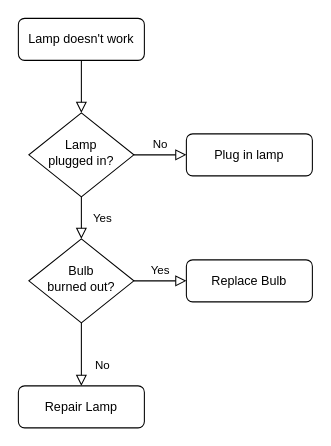
Before: Untitled Diagram.drawio in 111ZhuXueke/Hello-English, a draw.io diagram. Source tidied: cells renumbered, new cells numbered last; positions are measured from the earlier drawing's top-left corner, leaving out a move shared by most shapes. Both pictures are drawn from the tidied source at 105%, with x=0, y=0 at pixel (18, 18).
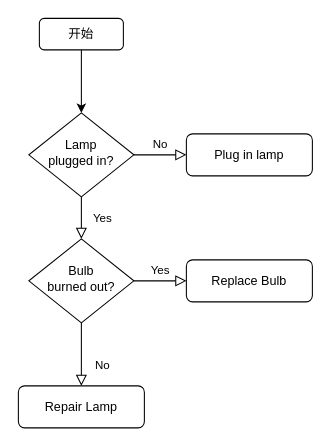
The same diagram, later.

Change to the diagram source:
```diff
@@
 <mxGraphModel>
   <root>
     <mxCell id="0" />
     <mxCell id="1" parent="0" />
-    <mxCell id="2" style="rounded=0;html=1;jettySize=auto;fontSize=11;endArrow=block;endFill=0;endSize=8;strokeWidth=1;shadow=0;labelBackgroundColor=none;edgeStyle=orthogonalEdgeStyle;" parent="1" edge="1" source="3" target="6">
-      <mxGeometry relative="1" as="geometry" />
-    </mxCell>
-    <mxCell id="3" value="Lamp doesn't work" style="rounded=1;whiteSpace=wrap;html=1;fontSize=12;glass=0;strokeWidth=1;shadow=0;" parent="1" vertex="1">
-      <mxGeometry width="120" height="40" as="geometry" />
-    </mxCell>
     <mxCell id="4" value="Yes" style="rounded=0;html=1;jettySize=auto;fontSize=11;endArrow=block;endFill=0;endSize=8;strokeWidth=1;shadow=0;labelBackgroundColor=none;edgeStyle=orthogonalEdgeStyle;" parent="1" edge="1" source="6" target="10">
       <mxGeometry y="20" relative="1" as="geometry" />
     </mxCell>
     <mxCell id="5" value="No" style="edgeStyle=orthogonalEdgeStyle;rounded=0;html=1;jettySize=auto;fontSize=11;endArrow=block;endFill=0;endSize=8;strokeWidth=1;shadow=0;labelBackgroundColor=none;" parent="1" edge="1" source="6" target="7">
       <mxGeometry y="10" relative="1" as="geometry" />
     </mxCell>
     <mxCell id="6" value="Lamp&lt;br&gt;plugged in?" style="rhombus;whiteSpace=wrap;html=1;shadow=0;fontFamily=Helvetica;fontSize=12;align=center;strokeWidth=1;spacing=6;spacingTop=-4;" parent="1" vertex="1">
       <mxGeometry x="10" y="90" width="100" height="80" as="geometry" />
     </mxCell>
     <mxCell id="7" value="Plug in lamp" style="rounded=1;whiteSpace=wrap;html=1;fontSize=12;glass=0;strokeWidth=1;shadow=0;" parent="1" vertex="1">
       <mxGeometry x="160" y="110" width="120" height="40" as="geometry" />
     </mxCell>
     <mxCell id="8" value="No" style="rounded=0;html=1;jettySize=auto;fontSize=11;endArrow=block;endFill=0;endSize=8;strokeWidth=1;shadow=0;labelBackgroundColor=none;edgeStyle=orthogonalEdgeStyle;" parent="1" edge="1" source="10" target="11">
       <mxGeometry x="0.33" y="20" relative="1" as="geometry" />
     </mxCell>
     <mxCell id="9" value="Yes" style="edgeStyle=orthogonalEdgeStyle;rounded=0;html=1;jettySize=auto;fontSize=11;endArrow=block;endFill=0;endSize=8;strokeWidth=1;shadow=0;labelBackgroundColor=none;" parent="1" edge="1" source="10" target="12">
       <mxGeometry y="10" relative="1" as="geometry" />
     </mxCell>
     <mxCell id="10" value="Bulb&lt;br&gt;burned out?" style="rhombus;whiteSpace=wrap;html=1;shadow=0;fontFamily=Helvetica;fontSize=12;align=center;strokeWidth=1;spacing=6;spacingTop=-4;" parent="1" vertex="1">
       <mxGeometry x="10" y="210" width="100" height="80" as="geometry" />
     </mxCell>
     <mxCell id="11" value="Repair Lamp" style="rounded=1;whiteSpace=wrap;html=1;fontSize=12;glass=0;strokeWidth=1;shadow=0;" parent="1" vertex="1">
       <mxGeometry y="350" width="120" height="40" as="geometry" />
     </mxCell>
     <mxCell id="12" value="Replace Bulb" style="rounded=1;whiteSpace=wrap;html=1;fontSize=12;glass=0;strokeWidth=1;shadow=0;" parent="1" vertex="1">
       <mxGeometry x="160" y="230" width="120" height="40" as="geometry" />
     </mxCell>
+    <mxCell id="13" style="edgeStyle=orthogonalEdgeStyle;rounded=0;jettySize=auto;html=1;exitX=0.5;exitY=1;exitDx=0;exitDy=0;" parent="1" edge="1" source="14" target="6">
+      <mxGeometry relative="1" as="geometry" />
+    </mxCell>
+    <mxCell id="14" value="开始" style="rounded=1;whiteSpace=wrap;html=1;" parent="1" vertex="1">
+      <mxGeometry x="20" width="80" height="30" as="geometry" />
+    </mxCell>
   </root>
 </mxGraphModel>
```
